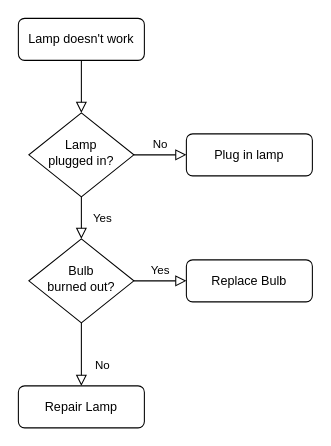
The draw.io diagram ADF.drawio in norbitek/drawio, before the edit. Source tidied: cells renumbered, new cells numbered last; positions are measured from the earlier drawing's top-left corner, leaving out a move shared by most shapes. Both pictures are drawn from the tidied source at 105%, with x=0, y=0 at pixel (18, 18).
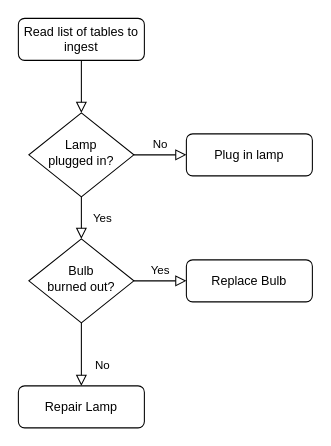
Above is the later version.

Change to the diagram source:
```diff
@@
 <mxGraphModel>
   <root>
     <mxCell id="0" />
     <mxCell id="1" parent="0" />
     <mxCell id="2" style="rounded=0;html=1;jettySize=auto;fontSize=11;endArrow=block;endFill=0;endSize=8;strokeWidth=1;shadow=0;labelBackgroundColor=none;edgeStyle=orthogonalEdgeStyle;" parent="1" edge="1" source="3" target="6">
       <mxGeometry relative="1" as="geometry" />
     </mxCell>
-    <mxCell id="3" value="Lamp doesn't work" style="rounded=1;whiteSpace=wrap;html=1;fontSize=12;glass=0;strokeWidth=1;shadow=0;" parent="1" vertex="1">
+    <mxCell id="3" value="Read list of tables to ingest" style="rounded=1;whiteSpace=wrap;html=1;fontSize=12;glass=0;strokeWidth=1;shadow=0;" parent="1" vertex="1">
       <mxGeometry width="120" height="40" as="geometry" />
     </mxCell>
     <mxCell id="4" value="Yes" style="rounded=0;html=1;jettySize=auto;fontSize=11;endArrow=block;endFill=0;endSize=8;strokeWidth=1;shadow=0;labelBackgroundColor=none;edgeStyle=orthogonalEdgeStyle;" parent="1" edge="1" source="6" target="10">
       <mxGeometry y="20" relative="1" as="geometry" />
     </mxCell>
     <mxCell id="5" value="No" style="edgeStyle=orthogonalEdgeStyle;rounded=0;html=1;jettySize=auto;fontSize=11;endArrow=block;endFill=0;endSize=8;strokeWidth=1;shadow=0;labelBackgroundColor=none;" parent="1" edge="1" source="6" target="7">
       <mxGeometry y="10" relative="1" as="geometry" />
     </mxCell>
     <mxCell id="6" value="Lamp&lt;br&gt;plugged in?" style="rhombus;whiteSpace=wrap;html=1;shadow=0;fontFamily=Helvetica;fontSize=12;align=center;strokeWidth=1;spacing=6;spacingTop=-4;" parent="1" vertex="1">
       <mxGeometry x="10" y="90" width="100" height="80" as="geometry" />
     </mxCell>
     <mxCell id="7" value="Plug in lamp" style="rounded=1;whiteSpace=wrap;html=1;fontSize=12;glass=0;strokeWidth=1;shadow=0;" parent="1" vertex="1">
       <mxGeometry x="160" y="110" width="120" height="40" as="geometry" />
     </mxCell>
     <mxCell id="8" value="No" style="rounded=0;html=1;jettySize=auto;fontSize=11;endArrow=block;endFill=0;endSize=8;strokeWidth=1;shadow=0;labelBackgroundColor=none;edgeStyle=orthogonalEdgeStyle;" parent="1" edge="1" source="10" target="11">
       <mxGeometry x="0.33" y="20" relative="1" as="geometry" />
     </mxCell>
     <mxCell id="9" value="Yes" style="edgeStyle=orthogonalEdgeStyle;rounded=0;html=1;jettySize=auto;fontSize=11;endArrow=block;endFill=0;endSize=8;strokeWidth=1;shadow=0;labelBackgroundColor=none;" parent="1" edge="1" source="10" target="12">
       <mxGeometry y="10" relative="1" as="geometry" />
     </mxCell>
     <mxCell id="10" value="Bulb&lt;br&gt;burned out?" style="rhombus;whiteSpace=wrap;html=1;shadow=0;fontFamily=Helvetica;fontSize=12;align=center;strokeWidth=1;spacing=6;spacingTop=-4;" parent="1" vertex="1">
       <mxGeometry x="10" y="210" width="100" height="80" as="geometry" />
     </mxCell>
     <mxCell id="11" value="Repair Lamp" style="rounded=1;whiteSpace=wrap;html=1;fontSize=12;glass=0;strokeWidth=1;shadow=0;" parent="1" vertex="1">
       <mxGeometry y="350" width="120" height="40" as="geometry" />
     </mxCell>
     <mxCell id="12" value="Replace Bulb" style="rounded=1;whiteSpace=wrap;html=1;fontSize=12;glass=0;strokeWidth=1;shadow=0;" parent="1" vertex="1">
       <mxGeometry x="160" y="230" width="120" height="40" as="geometry" />
     </mxCell>
   </root>
 </mxGraphModel>
```
